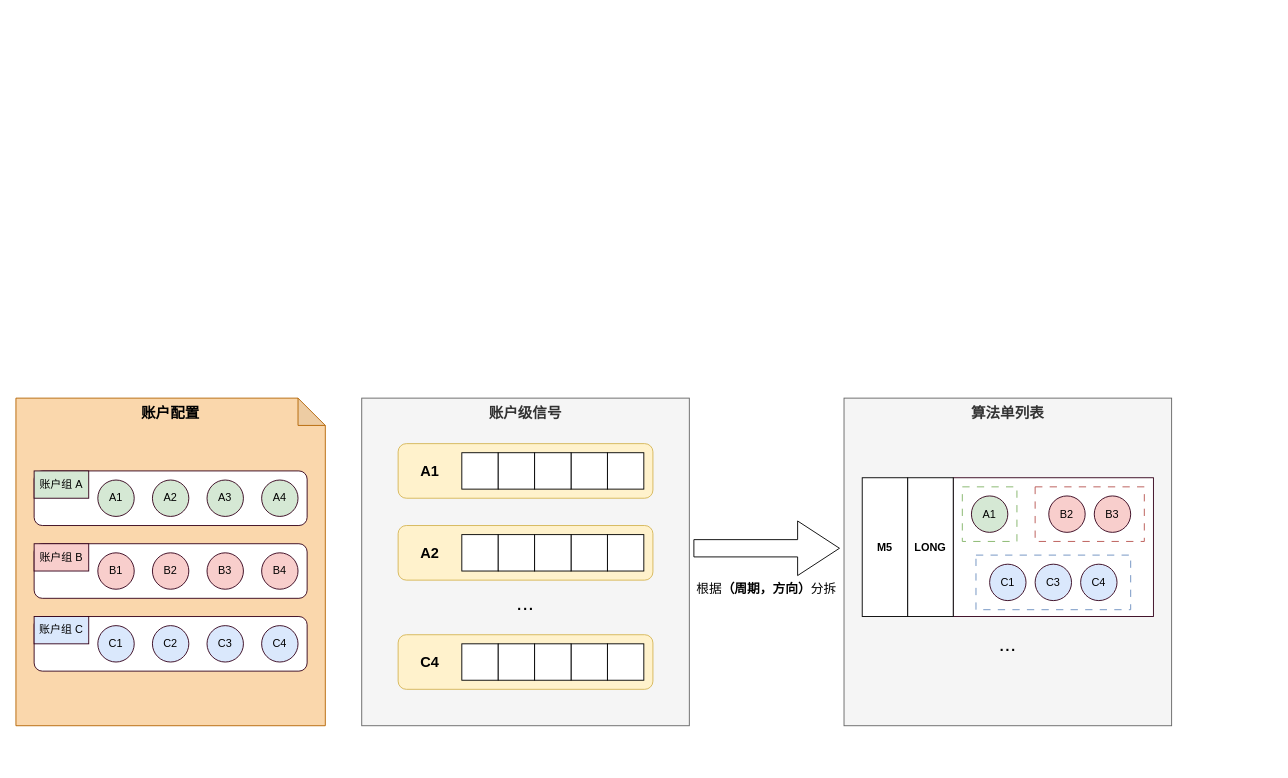
Before: page "第 1 页" (1 of 3) of capella-tarde.drawio in zhaxd123/drawio, a draw.io diagram. Source tidied: cells renumbered, new cells numbered last; positions are measured from the earlier drawing's top-left corner, leaving out a move shared by most shapes. Both pictures are drawn from the tidied source at 91%, with x=0, y=0 at pixel (15, 398).
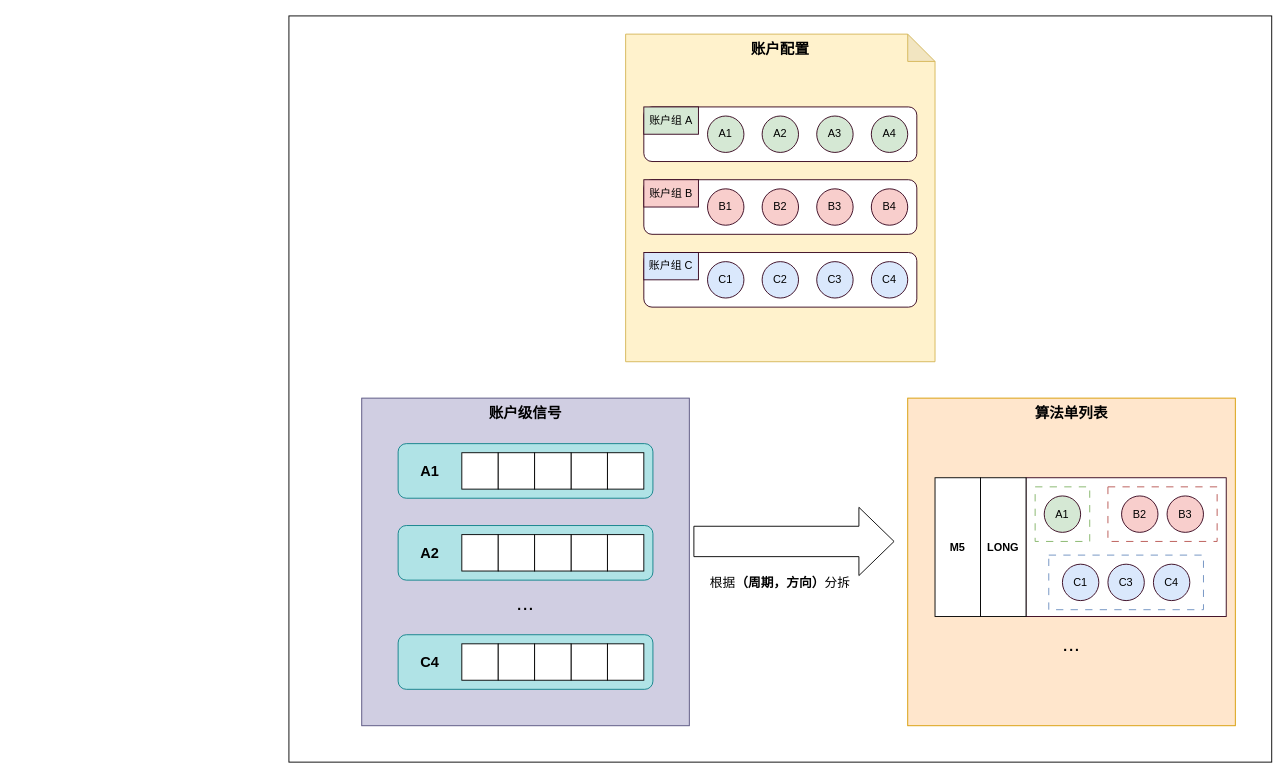
Above is the later version.

What changed in the source:
```diff
@@
+    <mxCell id="60" style="rounded=0;whiteSpace=wrap;html=1;" parent="1" vertex="1">
+      <mxGeometry x="300" y="-420" width="1080" height="820" as="geometry" />
+    </mxCell>
-    <mxCell id="2" value="&lt;b&gt;账户配置&lt;/b&gt;" style="shape=note;whiteSpace=wrap;html=1;backgroundOutline=1;darkOpacity=0.05;verticalAlign=top;fontSize=16;fillColor=#fad7ac;strokeColor=#b46504;" parent="1" vertex="1">
-      <mxGeometry width="340" height="360" as="geometry" />
+    <mxCell id="2" value="&lt;b&gt;账户配置&lt;/b&gt;" style="shape=note;whiteSpace=wrap;html=1;backgroundOutline=1;darkOpacity=0.05;verticalAlign=top;fontSize=16;fillColor=#fff2cc;strokeColor=#d6b656;" parent="1" vertex="1">
+      <mxGeometry x="670" y="-400" width="340" height="360" as="geometry" />
     </mxCell>
-    <mxCell id="3" value="&lt;font style=&quot;font-size: 16px;&quot;&gt;&lt;b&gt;账户级信号&lt;/b&gt;&lt;/font&gt;" style="rounded=0;whiteSpace=wrap;html=1;verticalAlign=top;fillColor=#f5f5f5;fontColor=#333333;strokeColor=#666666;" parent="1" vertex="1">
+    <mxCell id="3" value="&lt;font style=&quot;font-size: 16px;&quot;&gt;&lt;b&gt;账户级信号&lt;/b&gt;&lt;/font&gt;" style="rounded=0;whiteSpace=wrap;html=1;verticalAlign=top;fillColor=#d0cee2;strokeColor=#56517e;" parent="1" vertex="1">
       <mxGeometry x="380" width="360" height="360" as="geometry" />
     </mxCell>
-    <mxCell id="4" style="rounded=1;whiteSpace=wrap;html=1;roundedPerimeter=1;fillColor=#fff2cc;strokeColor=#d6b656;" parent="1" vertex="1">
+    <mxCell id="4" style="rounded=1;whiteSpace=wrap;html=1;roundedPerimeter=1;fillColor=#b0e3e6;strokeColor=#0e8088;" parent="1" vertex="1">
       <mxGeometry x="420" y="50" width="280" height="60" as="geometry" />
     </mxCell>
     <mxCell id="5" style="rounded=1;whiteSpace=wrap;html=1;roundedPerimeter=1;strokeColor=#33001A;" parent="1" vertex="1">
-      <mxGeometry x="20" y="240" width="300" height="60" as="geometry" />
+      <mxGeometry x="690" y="-160" width="300" height="60" as="geometry" />
     </mxCell>
     <mxCell id="6" style="rounded=1;whiteSpace=wrap;html=1;roundedPerimeter=1;strokeColor=#33001A;" parent="1" vertex="1">
-      <mxGeometry x="20" y="160" width="300" height="60" as="geometry" />
+      <mxGeometry x="690" y="-240" width="300" height="60" as="geometry" />
     </mxCell>
     <mxCell id="7" style="rounded=1;whiteSpace=wrap;html=1;roundedPerimeter=1;strokeColor=#33001A;" parent="1" vertex="1">
-      <mxGeometry x="20" y="80" width="300" height="60" as="geometry" />
+      <mxGeometry x="690" y="-320" width="300" height="60" as="geometry" />
     </mxCell>
     <mxCell id="8" value="A1" style="ellipse;whiteSpace=wrap;html=1;shapeInside=1;fillColor=#d5e8d4;strokeColor=#33001A;" parent="1" vertex="1">
-      <mxGeometry x="90" y="90" width="40" height="40" as="geometry" />
+      <mxGeometry x="760" y="-310" width="40" height="40" as="geometry" />
     </mxCell>
     <mxCell id="9" value="A3" style="ellipse;whiteSpace=wrap;html=1;shapeInside=1;fillColor=#d5e8d4;strokeColor=#33001A;" parent="1" vertex="1">
-      <mxGeometry x="210" y="90" width="40" height="40" as="geometry" />
+      <mxGeometry x="880" y="-310" width="40" height="40" as="geometry" />
     </mxCell>
     <mxCell id="10" value="A2" style="ellipse;whiteSpace=wrap;html=1;shapeInside=1;fillColor=#d5e8d4;strokeColor=#33001A;" parent="1" vertex="1">
-      <mxGeometry x="150" y="90" width="40" height="40" as="geometry" />
+      <mxGeometry x="820" y="-310" width="40" height="40" as="geometry" />
     </mxCell>
     <mxCell id="11" value="B1" style="ellipse;whiteSpace=wrap;html=1;shapeInside=1;fillColor=#f8cecc;strokeColor=#33001A;" parent="1" vertex="1">
-      <mxGeometry x="90" y="170" width="40" height="40" as="geometry" />
+      <mxGeometry x="760" y="-230" width="40" height="40" as="geometry" />
     </mxCell>
     <mxCell id="12" value="A4" style="ellipse;whiteSpace=wrap;html=1;shapeInside=1;fillColor=#d5e8d4;strokeColor=#33001A;" parent="1" vertex="1">
-      <mxGeometry x="270" y="90" width="40" height="40" as="geometry" />
+      <mxGeometry x="940" y="-310" width="40" height="40" as="geometry" />
     </mxCell>
     <mxCell id="13" value="B2" style="ellipse;whiteSpace=wrap;html=1;shapeInside=1;fillColor=#f8cecc;strokeColor=#33001A;" parent="1" vertex="1">
-      <mxGeometry x="150" y="170" width="40" height="40" as="geometry" />
+      <mxGeometry x="820" y="-230" width="40" height="40" as="geometry" />
     </mxCell>
     <mxCell id="14" value="B3" style="ellipse;whiteSpace=wrap;html=1;shapeInside=1;fillColor=#f8cecc;strokeColor=#33001A;" parent="1" vertex="1">
-      <mxGeometry x="210" y="170" width="40" height="40" as="geometry" />
+      <mxGeometry x="880" y="-230" width="40" height="40" as="geometry" />
     </mxCell>
     <mxCell id="15" value="C1" style="ellipse;whiteSpace=wrap;html=1;shapeInside=1;fillColor=#dae8fc;strokeColor=#33001A;" parent="1" vertex="1">
-      <mxGeometry x="90" y="250" width="40" height="40" as="geometry" />
+      <mxGeometry x="760" y="-150" width="40" height="40" as="geometry" />
     </mxCell>
     <mxCell id="16" value="C2" style="ellipse;whiteSpace=wrap;html=1;shapeInside=1;fillColor=#dae8fc;strokeColor=#33001A;" parent="1" vertex="1">
-      <mxGeometry x="150" y="250" width="40" height="40" as="geometry" />
+      <mxGeometry x="820" y="-150" width="40" height="40" as="geometry" />
     </mxCell>
     <mxCell id="17" value="C3" style="ellipse;whiteSpace=wrap;html=1;shapeInside=1;fillColor=#dae8fc;strokeColor=#33001A;" parent="1" vertex="1">
-      <mxGeometry x="210" y="250" width="40" height="40" as="geometry" />
+      <mxGeometry x="880" y="-150" width="40" height="40" as="geometry" />
     </mxCell>
     <mxCell id="18" value="账户组 A" style="rounded=0;whiteSpace=wrap;html=1;fillColor=#d5e8d4;strokeColor=#33001A;" parent="1" vertex="1">
-      <mxGeometry x="20" y="80" width="60" height="30" as="geometry" />
+      <mxGeometry x="690" y="-320" width="60" height="30" as="geometry" />
     </mxCell>
     <mxCell id="19" value="账户组 B" style="rounded=0;whiteSpace=wrap;html=1;fillColor=#f8cecc;strokeColor=#33001A;" parent="1" vertex="1">
-      <mxGeometry x="20" y="160" width="60" height="30" as="geometry" />
+      <mxGeometry x="690" y="-240" width="60" height="30" as="geometry" />
     </mxCell>
     <mxCell id="20" value="账户组 C" style="rounded=0;whiteSpace=wrap;html=1;fillColor=#dae8fc;strokeColor=#33001A;" parent="1" vertex="1">
-      <mxGeometry x="20" y="240" width="60" height="30" as="geometry" />
+      <mxGeometry x="690" y="-160" width="60" height="30" as="geometry" />
     </mxCell>
     <mxCell id="21" value="B4" style="ellipse;whiteSpace=wrap;html=1;shapeInside=1;fillColor=#f8cecc;strokeColor=#33001A;" parent="1" vertex="1">
-      <mxGeometry x="270" y="170" width="40" height="40" as="geometry" />
+      <mxGeometry x="940" y="-230" width="40" height="40" as="geometry" />
     </mxCell>
     <mxCell id="22" value="C4" style="ellipse;whiteSpace=wrap;html=1;shapeInside=1;fillColor=#dae8fc;strokeColor=#33001A;" parent="1" vertex="1">
-      <mxGeometry x="270" y="250" width="40" height="40" as="geometry" />
+      <mxGeometry x="940" y="-150" width="40" height="40" as="geometry" />
     </mxCell>
@@
-    <mxCell id="29" style="rounded=1;whiteSpace=wrap;html=1;roundedPerimeter=1;fillColor=#fff2cc;strokeColor=#d6b656;" parent="1" vertex="1">
+    <mxCell id="29" style="rounded=1;whiteSpace=wrap;html=1;roundedPerimeter=1;fillColor=#b0e3e6;strokeColor=#0e8088;" parent="1" vertex="1">
       <mxGeometry x="420" y="260" width="280" height="60" as="geometry" />
     </mxCell>
@@
-    <mxCell id="36" style="rounded=1;whiteSpace=wrap;html=1;roundedPerimeter=1;fillColor=#fff2cc;strokeColor=#d6b656;" parent="1" vertex="1">
+    <mxCell id="36" style="rounded=1;whiteSpace=wrap;html=1;roundedPerimeter=1;fillColor=#b0e3e6;strokeColor=#0e8088;" parent="1" vertex="1">
       <mxGeometry x="420" y="140" width="280" height="60" as="geometry" />
     </mxCell>
@@
-    <mxCell id="44" style="shape=singleArrow;whiteSpace=wrap;html=1;arrowWidth=0.3166666666666591;arrowSize=0.2874999999999989;" parent="1" vertex="1">
-      <mxGeometry x="745" y="135" width="160" height="60" as="geometry" />
+    <mxCell id="44" style="shape=singleArrow;whiteSpace=wrap;html=1;arrowWidth=0.444979919678705;arrowSize=0.17559600102537692;" parent="1" vertex="1">
+      <mxGeometry x="745" y="120" width="220" height="75" as="geometry" />
     </mxCell>
     <mxCell id="45" value="&lt;font style=&quot;font-size: 14px;&quot;&gt;根据&lt;b style=&quot;&quot;&gt;（周期，方向）&lt;/b&gt;分拆&lt;/font&gt;" style="text;html=1;whiteSpace=wrap;strokeColor=none;fillColor=none;align=center;verticalAlign=middle;rounded=0;" parent="1" vertex="1">
-      <mxGeometry x="740" y="195" width="170" height="30" as="geometry" />
+      <mxGeometry x="755" y="187.5" width="170" height="30" as="geometry" />
     </mxCell>
-    <mxCell id="46" value="&lt;span style=&quot;font-size: 16px;&quot;&gt;&lt;b&gt;算法单列表&lt;/b&gt;&lt;/span&gt;" style="rounded=0;whiteSpace=wrap;html=1;verticalAlign=top;fillColor=#f5f5f5;fontColor=#333333;strokeColor=#666666;" parent="1" vertex="1">
-      <mxGeometry x="910" width="360" height="360" as="geometry" />
+    <mxCell id="46" value="&lt;span style=&quot;font-size: 16px;&quot;&gt;&lt;b&gt;算法单列表&lt;/b&gt;&lt;/span&gt;" style="rounded=0;whiteSpace=wrap;html=1;verticalAlign=top;fillColor=#ffe6cc;strokeColor=#d79b00;" parent="1" vertex="1">
+      <mxGeometry x="980" width="360" height="360" as="geometry" />
     </mxCell>
+    <mxCell id="59" value="&lt;font style=&quot;font-size: 23px;&quot;&gt;...&lt;/font&gt;" style="text;html=1;whiteSpace=wrap;strokeColor=none;fillColor=none;align=center;verticalAlign=middle;rounded=0;" parent="1" vertex="1">
+      <mxGeometry x="1130" y="255" width="60" height="30" as="geometry" />
+    </mxCell>
+    <mxCell id="61" style="group;" parent="1" vertex="1">
+      <mxGeometry x="1010" y="87.5" width="320" height="152.5" as="geometry" />
+    </mxCell>
-    <mxCell id="47" value="M5" style="rounded=0;whiteSpace=wrap;html=1;fontStyle=1;" parent="1" vertex="1">
-      <mxGeometry x="930" y="87.5" width="50" height="152.5" as="geometry" />
+    <mxCell id="47" value="M5" style="rounded=0;whiteSpace=wrap;html=1;fontStyle=1;" parent="61" vertex="1">
+      <mxGeometry width="50" height="152.5" as="geometry" />
     </mxCell>
-    <mxCell id="48" style="rounded=0;whiteSpace=wrap;html=1;strokeColor=#33001A;" parent="1" vertex="1">
-      <mxGeometry x="1030" y="87.5" width="220" height="152.5" as="geometry" />
+    <mxCell id="48" style="rounded=0;whiteSpace=wrap;html=1;strokeColor=#33001A;" parent="61" vertex="1">
+      <mxGeometry x="100" width="220" height="152.5" as="geometry" />
     </mxCell>
-    <mxCell id="49" value="LONG" style="rounded=0;whiteSpace=wrap;html=1;fontStyle=1;" parent="1" vertex="1">
-      <mxGeometry x="980" y="87.5" width="50" height="152.5" as="geometry" />
+    <mxCell id="49" value="LONG" style="rounded=0;whiteSpace=wrap;html=1;fontStyle=1;" parent="61" vertex="1">
+      <mxGeometry x="50" width="50" height="152.5" as="geometry" />
     </mxCell>
-    <mxCell id="50" style="rounded=0;whiteSpace=wrap;html=1;dashed=1;dashPattern=8 8;strokeColor=#82b366;fillColor=none;" parent="1" vertex="1">
-      <mxGeometry x="1040" y="97.5" width="60" height="60" as="geometry" />
+    <mxCell id="50" style="rounded=0;whiteSpace=wrap;html=1;dashed=1;dashPattern=8 8;strokeColor=#82b366;fillColor=none;" parent="61" vertex="1">
+      <mxGeometry x="110" y="10" width="60" height="60" as="geometry" />
     </mxCell>
-    <mxCell id="51" value="A1" style="ellipse;whiteSpace=wrap;html=1;shapeInside=1;fillColor=#d5e8d4;strokeColor=#33001A;" parent="1" vertex="1">
-      <mxGeometry x="1050" y="107.5" width="40" height="40" as="geometry" />
+    <mxCell id="51" value="A1" style="ellipse;whiteSpace=wrap;html=1;shapeInside=1;fillColor=#d5e8d4;strokeColor=#33001A;" parent="61" vertex="1">
+      <mxGeometry x="120" y="20" width="40" height="40" as="geometry" />
     </mxCell>
-    <mxCell id="52" style="rounded=0;whiteSpace=wrap;html=1;dashed=1;dashPattern=8 8;strokeColor=#b85450;fillColor=none;" parent="1" vertex="1">
-      <mxGeometry x="1120" y="97.5" width="120" height="60" as="geometry" />
+    <mxCell id="52" style="rounded=0;whiteSpace=wrap;html=1;dashed=1;dashPattern=8 8;strokeColor=#b85450;fillColor=none;" parent="61" vertex="1">
+      <mxGeometry x="190" y="10" width="120" height="60" as="geometry" />
     </mxCell>
-    <mxCell id="53" value="B2" style="ellipse;whiteSpace=wrap;html=1;shapeInside=1;fillColor=#f8cecc;strokeColor=#33001A;" parent="1" vertex="1">
-      <mxGeometry x="1135" y="107.5" width="40" height="40" as="geometry" />
+    <mxCell id="53" value="B2" style="ellipse;whiteSpace=wrap;html=1;shapeInside=1;fillColor=#f8cecc;strokeColor=#33001A;" parent="61" vertex="1">
+      <mxGeometry x="205" y="20" width="40" height="40" as="geometry" />
     </mxCell>
-    <mxCell id="54" value="B3" style="ellipse;whiteSpace=wrap;html=1;shapeInside=1;fillColor=#f8cecc;strokeColor=#33001A;" parent="1" vertex="1">
-      <mxGeometry x="1185" y="107.5" width="40" height="40" as="geometry" />
+    <mxCell id="54" value="B3" style="ellipse;whiteSpace=wrap;html=1;shapeInside=1;fillColor=#f8cecc;strokeColor=#33001A;" parent="61" vertex="1">
+      <mxGeometry x="255" y="20" width="40" height="40" as="geometry" />
     </mxCell>
-    <mxCell id="55" style="rounded=0;whiteSpace=wrap;html=1;dashed=1;dashPattern=8 8;strokeColor=#6c8ebf;fillColor=none;" parent="1" vertex="1">
-      <mxGeometry x="1055" y="172.5" width="170" height="60" as="geometry" />
+    <mxCell id="55" style="rounded=0;whiteSpace=wrap;html=1;dashed=1;dashPattern=8 8;strokeColor=#6c8ebf;fillColor=none;" parent="61" vertex="1">
+      <mxGeometry x="125" y="85" width="170" height="60" as="geometry" />
     </mxCell>
-    <mxCell id="56" value="C1" style="ellipse;whiteSpace=wrap;html=1;shapeInside=1;fillColor=#dae8fc;strokeColor=#33001A;" parent="1" vertex="1">
-      <mxGeometry x="1070" y="182.5" width="40" height="40" as="geometry" />
+    <mxCell id="56" value="C1" style="ellipse;whiteSpace=wrap;html=1;shapeInside=1;fillColor=#dae8fc;strokeColor=#33001A;" parent="61" vertex="1">
+      <mxGeometry x="140" y="95" width="40" height="40" as="geometry" />
     </mxCell>
-    <mxCell id="57" value="C3" style="ellipse;whiteSpace=wrap;html=1;shapeInside=1;fillColor=#dae8fc;strokeColor=#33001A;" parent="1" vertex="1">
-      <mxGeometry x="1120" y="182.5" width="40" height="40" as="geometry" />
+    <mxCell id="57" value="C3" style="ellipse;whiteSpace=wrap;html=1;shapeInside=1;fillColor=#dae8fc;strokeColor=#33001A;" parent="61" vertex="1">
+      <mxGeometry x="190" y="95" width="40" height="40" as="geometry" />
     </mxCell>
-    <mxCell id="58" value="C4" style="ellipse;whiteSpace=wrap;html=1;shapeInside=1;fillColor=#dae8fc;strokeColor=#33001A;" parent="1" vertex="1">
-      <mxGeometry x="1170" y="182.5" width="40" height="40" as="geometry" />
+    <mxCell id="58" value="C4" style="ellipse;whiteSpace=wrap;html=1;shapeInside=1;fillColor=#dae8fc;strokeColor=#33001A;" parent="61" vertex="1">
+      <mxGeometry x="240" y="95" width="40" height="40" as="geometry" />
     </mxCell>
-    <mxCell id="59" value="&lt;font style=&quot;font-size: 23px;&quot;&gt;...&lt;/font&gt;" style="text;html=1;whiteSpace=wrap;strokeColor=none;fillColor=none;align=center;verticalAlign=middle;rounded=0;" parent="1" vertex="1">
-      <mxGeometry x="1060" y="255" width="60" height="30" as="geometry" />
-    </mxCell>
```
